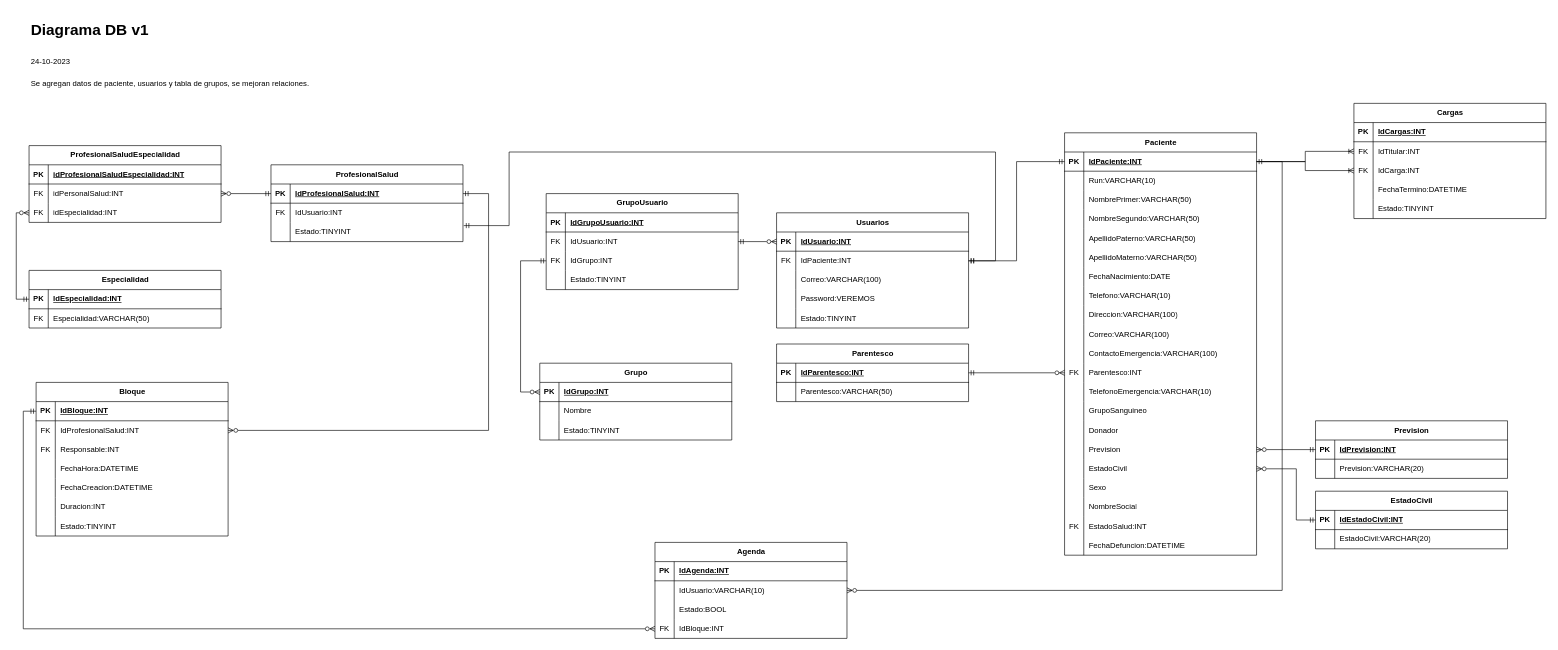
Before: DiagramaDB.drawio in JonaNomas/his-diagram, a draw.io diagram. Source tidied: cells renumbered, new cells numbered last; positions are measured from the earlier drawing's top-left corner, leaving out a move shared by most shapes. Both pictures are drawn from the tidied source at 64%, with x=0, y=0 at pixel (28, 17).
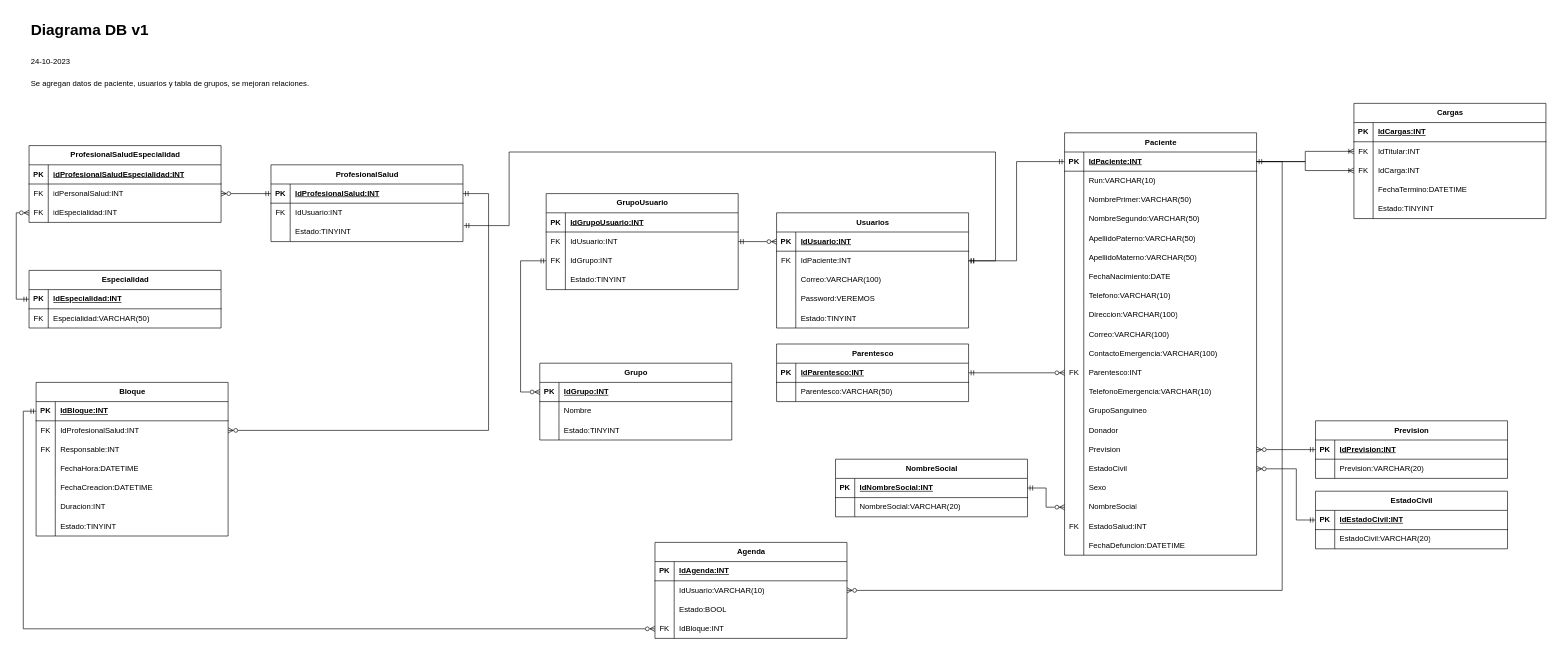
After the change.

Commit message:
Se agrega tabla NombreSocial

The change refers to these unchanged cells:
```xml
<mxCell id="57" style="shape=tableRow;horizontal=0;startSize=0;swimlaneHead=0;swimlaneBody=0;fillColor=none;points=[[0,0.5],[1,0.5]];portConstraint=eastwest;top=0;left=0;right=0;bottom=0;" parent="2" vertex="1">
  <mxGeometry y="570" width="300" height="30" as="geometry" />
</mxCell>
```

Diff of the diagram source:
```diff
@@
+    <mxCell id="220" value="NombreSocial" style="shape=table;startSize=30;childLayout=tableLayout;rowLines=0;fontStyle=1;align=center;html=1;" parent="1" vertex="1">
+      <mxGeometry x="1262" y="690" width="300" height="90" as="geometry" />
+    </mxCell>
+    <mxCell id="221" style="shape=tableRow;horizontal=0;startSize=0;swimlaneHead=0;swimlaneBody=0;fillColor=none;points=[[0,0.5],[1,0.5]];portConstraint=eastwest;top=0;left=0;right=0;bottom=1;" parent="220" vertex="1">
+      <mxGeometry y="30" width="300" height="30" as="geometry" />
+    </mxCell>
+    <mxCell id="222" value="PK" style="shape=partialRectangle;fillColor=none;top=0;left=0;bottom=0;right=0;fontStyle=1;overflow=hidden;whiteSpace=wrap;html=1;" parent="221" vertex="1">
+      <mxGeometry width="30" height="30" as="geometry" />
+    </mxCell>
+    <mxCell id="223" value="IdNombreSocial:INT" style="shape=partialRectangle;fillColor=none;top=0;left=0;bottom=0;right=0;align=left;spacingLeft=6;fontStyle=5;overflow=hidden;whiteSpace=wrap;html=1;" parent="221" vertex="1">
+      <mxGeometry x="30" width="270" height="30" as="geometry" />
+    </mxCell>
+    <mxCell id="224" style="shape=tableRow;horizontal=0;startSize=0;swimlaneHead=0;swimlaneBody=0;fillColor=none;top=0;left=0;right=0;bottom=0;" parent="220" vertex="1">
+      <mxGeometry y="60" width="300" height="30" as="geometry" />
+    </mxCell>
+    <mxCell id="225" style="shape=partialRectangle;fillColor=none;top=0;left=0;bottom=0;right=0;overflow=hidden;whiteSpace=wrap;html=1;" parent="224" vertex="1">
+      <mxGeometry width="30" height="30" as="geometry" />
+    </mxCell>
+    <mxCell id="226" value="NombreSocial:VARCHAR(20)" style="shape=partialRectangle;fillColor=none;top=0;left=0;bottom=0;right=0;align=left;spacingLeft=6;overflow=hidden;whiteSpace=wrap;html=1;" parent="224" vertex="1">
+      <mxGeometry x="30" width="270" height="30" as="geometry" />
+    </mxCell>
+    <mxCell id="227" style="edgeStyle=orthogonalEdgeStyle;rounded=0;jettySize=auto;html=1;entryX=1;entryY=0.5;entryDx=0;entryDy=0;startArrow=ERzeroToMany;startFill=0;endArrow=ERmandOne;endFill=0;" parent="1" edge="1" source="57" target="221">
+      <mxGeometry relative="1" as="geometry" />
+    </mxCell>
```
